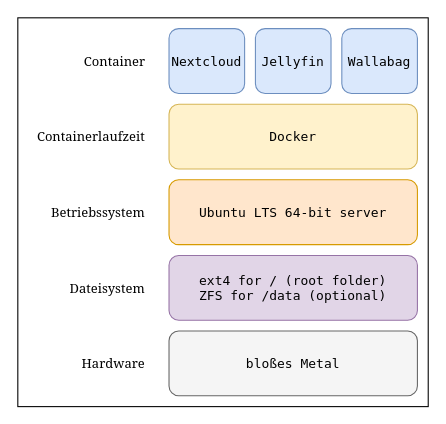
meonkeys/shb-de keeps this draw.io diagram as book/img/service-stack.drawio. Above is the earlier version. Source tidied: cells renumbered, new cells numbered last; positions are measured from the earlier drawing's top-left corner, leaving out a move shared by most shapes. Both pictures are drawn from the tidied source at 108%, with x=0, y=0 at pixel (17, 17).
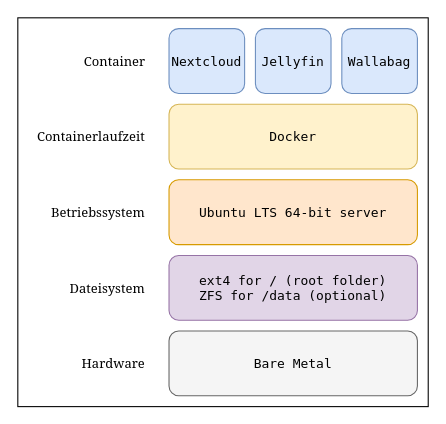
Above is the later version.

Commit message (it also covers changes not shown here):
fix background & revert bloßes Metal to Bare Metal

Magic draw.io / app.diagrams.net instructions:

* Export as SVG
* Zoom: 100%
* Border width: 0
* Size: Diagram
* unchecked - Transparent Background
* Appearance: Light
* unchecked - Shadow
* unchecked - Include a copy of my diagram
* unchecked - Embed Images
* unchecked - Embed Fonts
* Links: Automatic

What changed in the source:
```diff
@@
 <mxGraphModel>
   <root>
     <mxCell id="0" />
     <mxCell id="1" parent="0" />
     <mxCell id="2" style="rounded=0;whiteSpace=wrap;html=1;" parent="1" vertex="1">
       <mxGeometry width="380" height="360" as="geometry" />
     </mxCell>
-    <mxCell id="3" value="bloßes Metal" style="rounded=1;fillColor=#f5f5f5;fontColor=default;strokeColor=#666666;shadow=0;fontFamily=monospace;" parent="1" vertex="1">
+    <mxCell id="3" value="Bare Metal" style="rounded=1;fillColor=#f5f5f5;fontColor=default;strokeColor=#666666;shadow=0;fontFamily=monospace;" parent="1" vertex="1">
       <mxGeometry x="140" y="290" width="230" height="60" as="geometry" />
     </mxCell>
     <mxCell id="4" value="Ubuntu LTS 64-bit server" style="rounded=1;fillColor=#ffe6cc;strokeColor=#d79b00;shadow=0;fontFamily=monospace;" parent="1" vertex="1">
       <mxGeometry x="140" y="150" width="230" height="60" as="geometry" />
     </mxCell>
     <mxCell id="5" value="ext4 for / (root folder)&#10;ZFS for /data (optional)" style="rounded=1;fillColor=#e1d5e7;strokeColor=#9673a6;shadow=0;fontFamily=monospace;" parent="1" vertex="1">
       <mxGeometry x="140" y="220" width="230" height="60" as="geometry" />
     </mxCell>
     <mxCell id="6" value="Docker" style="rounded=1;fillColor=#fff2cc;strokeColor=#d6b656;glass=0;shadow=0;verticalAlign=middle;fontFamily=monospace;" parent="1" vertex="1">
       <mxGeometry x="140" y="80" width="230" height="60" as="geometry" />
     </mxCell>
     <mxCell id="7" value="Nextcloud" style="rounded=1;fillColor=#dae8fc;strokeColor=#6c8ebf;rotation=0;shadow=0;fontFamily=monospace;" parent="1" vertex="1">
       <mxGeometry x="140" y="10" width="70" height="60" as="geometry" />
     </mxCell>
     <mxCell id="8" value="Jellyfin" style="rounded=1;fillColor=#dae8fc;strokeColor=#6c8ebf;shadow=0;fontFamily=monospace;" parent="1" vertex="1">
       <mxGeometry x="220" y="10" width="70" height="60" as="geometry" />
     </mxCell>
     <mxCell id="9" value="Wallabag" style="rounded=1;fillColor=#dae8fc;strokeColor=#6c8ebf;shadow=0;fontFamily=monospace;" parent="1" vertex="1">
       <mxGeometry x="300" y="10" width="70" height="60" as="geometry" />
     </mxCell>
     <mxCell id="10" value="Hardware" style="text;strokeColor=none;align=right;fillColor=none;verticalAlign=middle;rounded=1;shadow=0;fontFamily=Noto Serif;" parent="1" vertex="1">
       <mxGeometry x="60" y="305" width="60" height="30" as="geometry" />
     </mxCell>
     <mxCell id="11" value="Betriebssystem" style="text;strokeColor=none;align=right;fillColor=none;verticalAlign=middle;rounded=1;shadow=0;fontFamily=Noto Serif;" parent="1" vertex="1">
       <mxGeometry x="60" y="165" width="60" height="30" as="geometry" />
     </mxCell>
     <mxCell id="12" value="Dateisystem" style="text;strokeColor=none;align=right;fillColor=none;verticalAlign=middle;rounded=1;shadow=0;fontFamily=Noto Serif;" parent="1" vertex="1">
       <mxGeometry x="60" y="235" width="60" height="30" as="geometry" />
     </mxCell>
     <mxCell id="13" value="Containerlaufzeit" style="text;strokeColor=none;align=right;fillColor=none;verticalAlign=middle;rounded=1;shadow=0;fontFamily=Noto Serif;" parent="1" vertex="1">
       <mxGeometry x="60" y="95" width="60" height="30" as="geometry" />
     </mxCell>
     <mxCell id="14" value="Container" style="text;strokeColor=none;align=center;fillColor=none;verticalAlign=middle;rounded=1;shadow=0;fontFamily=Noto Serif;" parent="1" vertex="1">
       <mxGeometry x="60" y="25" width="60" height="30" as="geometry" />
     </mxCell>
   </root>
 </mxGraphModel>
```
